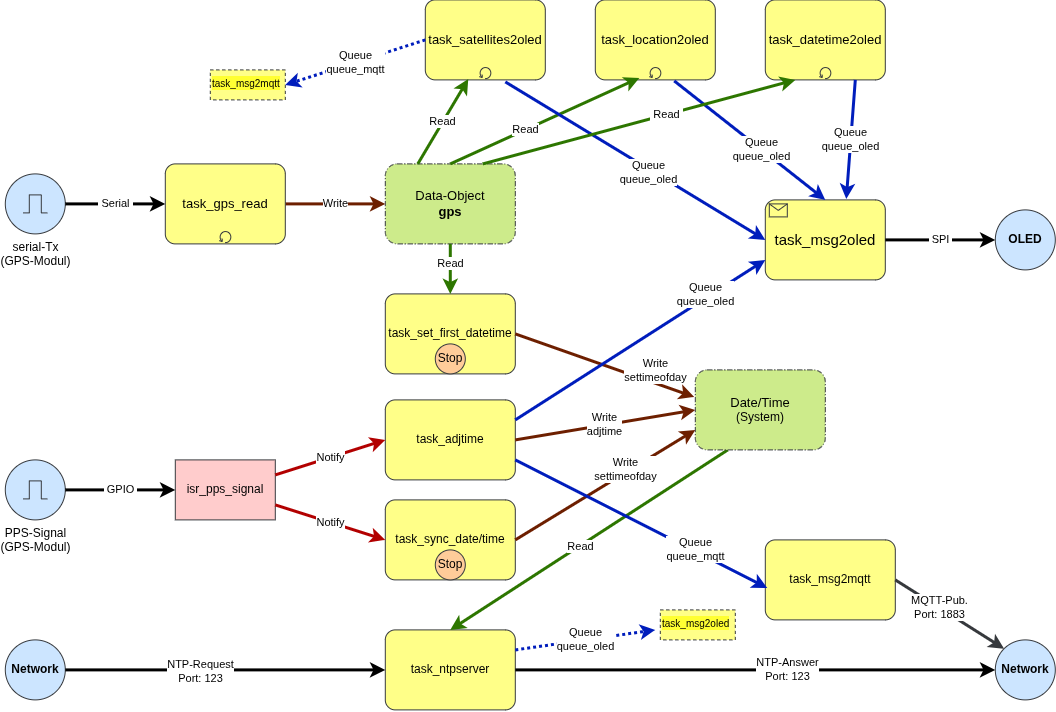
boerge42/GPS-Clock-NTP-Server keeps this draw.io diagram as images/freertos_tasks.drawio.png. Above is the earlier version. Source tidied: cells renumbered, new cells last; positions are measured from the earlier drawing's top-left corner, leaving out a move shared by most shapes.
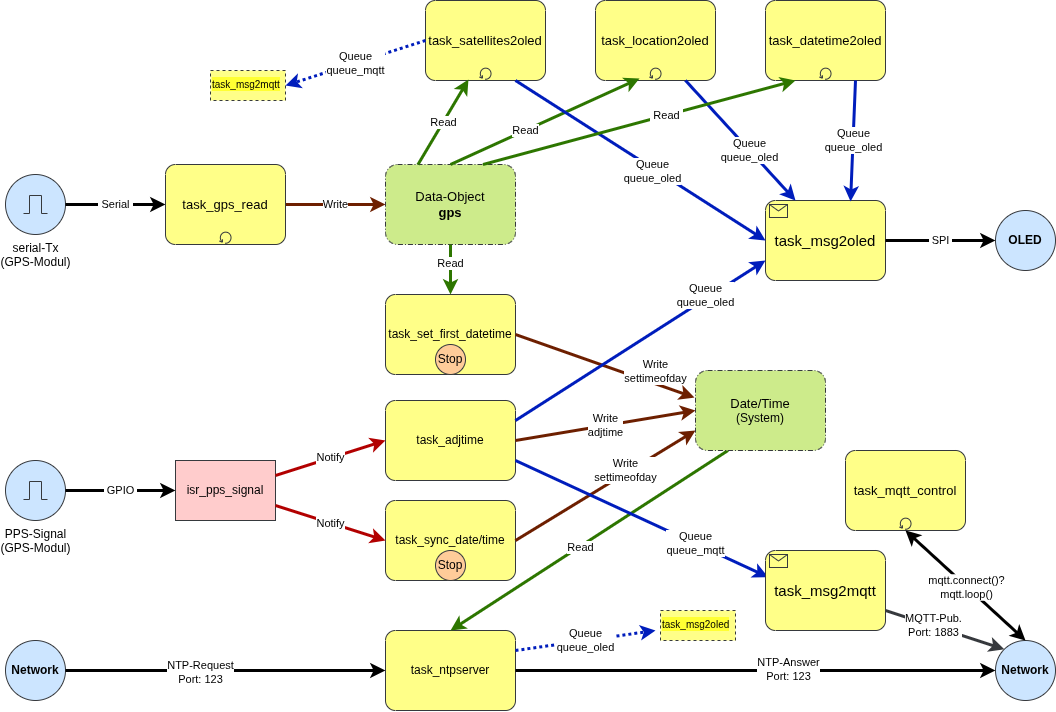
After the change.

Commit message:
task_mqtt_control

Change to the diagram source:
```diff
@@ -56,16 +56,16 @@
     <mxCell id="19" value="Read" style="endArrow=classic;html=1;rounded=0;exitX=0.5;exitY=0;exitDx=0;exitDy=0;exitPerimeter=0;entryX=0.367;entryY=0.975;entryDx=0;entryDy=0;entryPerimeter=0;fillColor=#60a917;strokeColor=#2D7600;strokeWidth=3;" parent="1" edge="1" source="16" target="4">
       <mxGeometry x="-0.21" relative="1" as="geometry" />
     </mxCell>
-    <mxCell id="20" value="Queue&lt;br&gt;queue_oled" style="endArrow=classic;html=1;rounded=0;exitX=0.667;exitY=1.025;exitDx=0;exitDy=0;exitPerimeter=0;entryX=0;entryY=0.5;entryDx=0;entryDy=0;entryPerimeter=0;fillColor=#0050ef;strokeColor=#001DBC;strokeWidth=3;" parent="1" edge="1" source="5" target="2">
+    <mxCell id="20" value="Queue&lt;br&gt;queue_oled" style="endArrow=classic;html=1;rounded=0;entryX=0;entryY=0.5;entryDx=0;entryDy=0;entryPerimeter=0;fillColor=#0050ef;strokeColor=#001DBC;strokeWidth=3;exitX=0.75;exitY=1;exitDx=0;exitDy=0;exitPerimeter=0;" parent="1" edge="1" source="5" target="2">
       <mxGeometry x="0.11" y="-3" relative="1" as="geometry" />
     </mxCell>
-    <mxCell id="21" style="endArrow=classic;html=1;rounded=0;exitX=0.658;exitY=1.013;exitDx=0;exitDy=0;exitPerimeter=0;entryX=0.5;entryY=0;entryDx=0;entryDy=0;entryPerimeter=0;fillColor=#0050ef;strokeColor=#001DBC;strokeWidth=3;" parent="1" edge="1" source="4" target="2">
+    <mxCell id="21" style="endArrow=classic;html=1;rounded=0;exitX=0.75;exitY=1;exitDx=0;exitDy=0;exitPerimeter=0;entryX=0.25;entryY=0;entryDx=0;entryDy=0;entryPerimeter=0;fillColor=#0050ef;strokeColor=#001DBC;strokeWidth=3;" parent="1" edge="1" source="4" target="2">
       <mxGeometry relative="1" as="geometry" />
     </mxCell>
     <mxCell id="22" value="Queue&lt;br&gt;queue_oled" style="edgeLabel;html=1;align=center;verticalAlign=middle;" parent="21" vertex="1">
-      <mxGeometry x="0.16" relative="1" as="geometry" />
+      <mxGeometry x="0.15" relative="1" as="geometry" />
     </mxCell>
-    <mxCell id="23" value="Queue&lt;br&gt;queue_oled" style="endArrow=classic;html=1;rounded=0;exitX=0.75;exitY=1;exitDx=0;exitDy=0;exitPerimeter=0;entryX=0.675;entryY=-0.012;entryDx=0;entryDy=0;entryPerimeter=0;strokeWidth=3;fillColor=#0050ef;strokeColor=#001DBC;" parent="1" edge="1" source="3" target="2">
+    <mxCell id="23" value="Queue&lt;br&gt;queue_oled" style="endArrow=classic;html=1;rounded=0;exitX=0.75;exitY=1;exitDx=0;exitDy=0;exitPerimeter=0;entryX=0.709;entryY=0.011;entryDx=0;entryDy=0;entryPerimeter=0;strokeWidth=3;fillColor=#0050ef;strokeColor=#001DBC;" parent="1" edge="1" source="3" target="2">
       <mxGeometry relative="1" as="geometry" />
     </mxCell>
     <mxCell id="24" value="&lt;font style=&quot;font-size: 13px;&quot;&gt;task_gps_read&lt;/font&gt;" style="points=[[0.25,0,0],[0.5,0,0],[0.75,0,0],[1,0.25,0],[1,0.5,0],[1,0.75,0],[0.75,1,0],[0.5,1,0],[0.25,1,0],[0,0.75,0],[0,0.5,0],[0,0.25,0]];shape=mxgraph.bpmn.task;whiteSpace=wrap;rectStyle=rounded;size=10;html=1;taskMarker=abstract;isLoopStandard=1;strokeColor=#36393d;fillColor=#ffff88;" parent="1" vertex="1">
@@ -133,10 +133,7 @@
     <mxCell id="42" value="NTP-Answer&lt;br&gt;Port: 123" style="edgeLabel;html=1;align=center;verticalAlign=middle;" parent="41" vertex="1">
       <mxGeometry x="0.13" y="1" relative="1" as="geometry" />
     </mxCell>
-    <mxCell id="43" value="task_msg2mqtt" style="points=[[0.25,0,0],[0.5,0,0],[0.75,0,0],[1,0.25,0],[1,0.5,0],[1,0.75,0],[0.75,1,0],[0.5,1,0],[0.25,1,0],[0,0.75,0],[0,0.5,0],[0,0.25,0]];shape=mxgraph.bpmn.task;whiteSpace=wrap;rectStyle=rounded;size=10;html=1;taskMarker=abstract;fillColor=#ffff88;strokeColor=#36393d;" parent="1" vertex="1">
-      <mxGeometry x="760" y="540" width="130" height="80" as="geometry" />
-    </mxCell>
-    <mxCell id="44" style="endArrow=classic;html=1;rounded=0;exitX=1;exitY=0.75;exitDx=0;exitDy=0;exitPerimeter=0;entryX=0.015;entryY=0.6;entryDx=0;entryDy=0;entryPerimeter=0;fillColor=#0050ef;strokeColor=#001DBC;strokeWidth=3;" parent="1" edge="1" source="12" target="43">
+    <mxCell id="44" style="endArrow=classic;html=1;rounded=0;exitX=1;exitY=0.75;exitDx=0;exitDy=0;exitPerimeter=0;entryX=0.021;entryY=0.332;entryDx=0;entryDy=0;entryPerimeter=0;fillColor=#0050ef;strokeColor=#001DBC;strokeWidth=3;" parent="1" edge="1" source="12" target="43">
       <mxGeometry relative="1" as="geometry" />
     </mxCell>
     <mxCell id="45" value="Queue&lt;br&gt;queue_mqtt" style="edgeLabel;html=1;align=center;verticalAlign=middle;" parent="44" vertex="1">
@@ -144,7 +141,7 @@
         <mxPoint x="29" y="13" as="offset" />
       </mxGeometry>
     </mxCell>
-    <mxCell id="46" style="endArrow=classic;html=1;rounded=0;exitX=1;exitY=0.5;exitDx=0;exitDy=0;exitPerimeter=0;entryX=0;entryY=0;entryDx=0;entryDy=0;strokeWidth=3;fillColor=#eeeeee;strokeColor=#36393d;" parent="1" edge="1" source="43" target="40">
+    <mxCell id="46" style="endArrow=classic;html=1;rounded=0;exitX=1;exitY=0.75;exitDx=0;exitDy=0;exitPerimeter=0;entryX=0;entryY=0;entryDx=0;entryDy=0;strokeWidth=3;fillColor=#eeeeee;strokeColor=#36393d;" parent="1" edge="1" source="43" target="40">
       <mxGeometry relative="1" as="geometry" />
     </mxCell>
     <mxCell id="47" value="MQTT-Pub.&lt;br&gt;Port: 1883" style="edgeLabel;html=1;align=center;verticalAlign=middle;" parent="46" vertex="1">
@@ -176,5 +173,19 @@
     <mxCell id="55" value="&lt;span style=&quot;border-color: var(--border-color); color: rgb(0, 0, 0); font-family: Helvetica; font-size: 11px; font-style: normal; font-variant-ligatures: normal; font-variant-caps: normal; font-weight: 400; letter-spacing: normal; orphans: 2; text-align: center; text-indent: 0px; text-transform: none; widows: 2; word-spacing: 0px; -webkit-text-stroke-width: 0px; background-color: rgb(255, 255, 255); text-decoration-thickness: initial; text-decoration-style: initial; text-decoration-color: initial; float: none; display: inline !important;&quot;&gt;Queue&lt;/span&gt;&lt;br style=&quot;border-color: var(--border-color); color: rgb(0, 0, 0); font-family: Helvetica; font-size: 11px; font-style: normal; font-variant-ligatures: normal; font-variant-caps: normal; font-weight: 400; letter-spacing: normal; orphans: 2; text-align: center; text-indent: 0px; text-transform: none; widows: 2; word-spacing: 0px; -webkit-text-stroke-width: 0px; text-decoration-thickness: initial; text-decoration-style: initial; text-decoration-color: initial;&quot;&gt;&lt;span style=&quot;border-color: var(--border-color); color: rgb(0, 0, 0); font-family: Helvetica; font-size: 11px; font-style: normal; font-variant-ligatures: normal; font-variant-caps: normal; font-weight: 400; letter-spacing: normal; orphans: 2; text-align: center; text-indent: 0px; text-transform: none; widows: 2; word-spacing: 0px; -webkit-text-stroke-width: 0px; background-color: rgb(255, 255, 255); text-decoration-thickness: initial; text-decoration-style: initial; text-decoration-color: initial; float: none; display: inline !important;&quot;&gt;queue_mqtt&lt;/span&gt;" style="endArrow=classic;html=1;rounded=0;exitX=0;exitY=0.5;exitDx=0;exitDy=0;exitPerimeter=0;fillColor=#0050ef;strokeColor=#001DBC;dashed=1;strokeWidth=3;dashPattern=1 1;entryX=1;entryY=0.5;entryDx=0;entryDy=0;" parent="1" edge="1" source="5" target="54">
       <mxGeometry relative="1" as="geometry" />
     </mxCell>
+    <mxCell id="56" value="&lt;font style=&quot;font-size: 13px;&quot;&gt;task_mqtt_control&lt;/font&gt;" style="points=[[0.25,0,0],[0.5,0,0],[0.75,0,0],[1,0.25,0],[1,0.5,0],[1,0.75,0],[0.75,1,0],[0.5,1,0],[0.25,1,0],[0,0.75,0],[0,0.5,0],[0,0.25,0]];shape=mxgraph.bpmn.task;whiteSpace=wrap;rectStyle=rounded;size=10;html=1;taskMarker=abstract;isLoopStandard=1;fillColor=#ffff88;strokeColor=#36393d;" parent="1" vertex="1">
+      <mxGeometry x="840" y="450" width="120" height="80" as="geometry" />
+    </mxCell>
+    <mxCell id="43" value="&lt;font style=&quot;font-size: 15px;&quot;&gt;task_msg2mqtt&lt;/font&gt;" style="points=[[0.25,0,0],[0.5,0,0],[0.75,0,0],[1,0.25,0],[1,0.5,0],[1,0.75,0],[0.75,1,0],[0.5,1,0],[0.25,1,0],[0,0.75,0],[0,0.5,0],[0,0.25,0]];shape=mxgraph.bpmn.task;whiteSpace=wrap;rectStyle=rounded;size=10;html=1;taskMarker=receive;fillColor=#ffff88;strokeColor=#36393d;" parent="1" vertex="1">
+      <mxGeometry x="760" y="550" width="120" height="80" as="geometry" />
+    </mxCell>
+    <mxCell id="57" style="edgeStyle=none;rounded=0;jettySize=auto;html=1;exitX=0.5;exitY=0;exitDx=0;exitDy=0;defaultLabelBackgroundColor=page;strokeWidth=3;startArrow=classic;startFill=1;entryX=0.5;entryY=1;entryDx=0;entryDy=0;entryPerimeter=0;" parent="1" edge="1" source="40" target="56">
+      <mxGeometry relative="1" as="geometry" />
+    </mxCell>
+    <mxCell id="58" value="mqtt.connect()?&lt;br&gt;mqtt.loop()" style="edgeLabel;html=1;align=center;verticalAlign=middle;inheritText=1;defaultLabelBackgroundColor=page;" parent="57" vertex="1">
+      <mxGeometry x="-0.03" relative="1" as="geometry">
+        <mxPoint x="-1" as="offset" />
+      </mxGeometry>
+    </mxCell>
   </root>
 </mxGraphModel>
```
